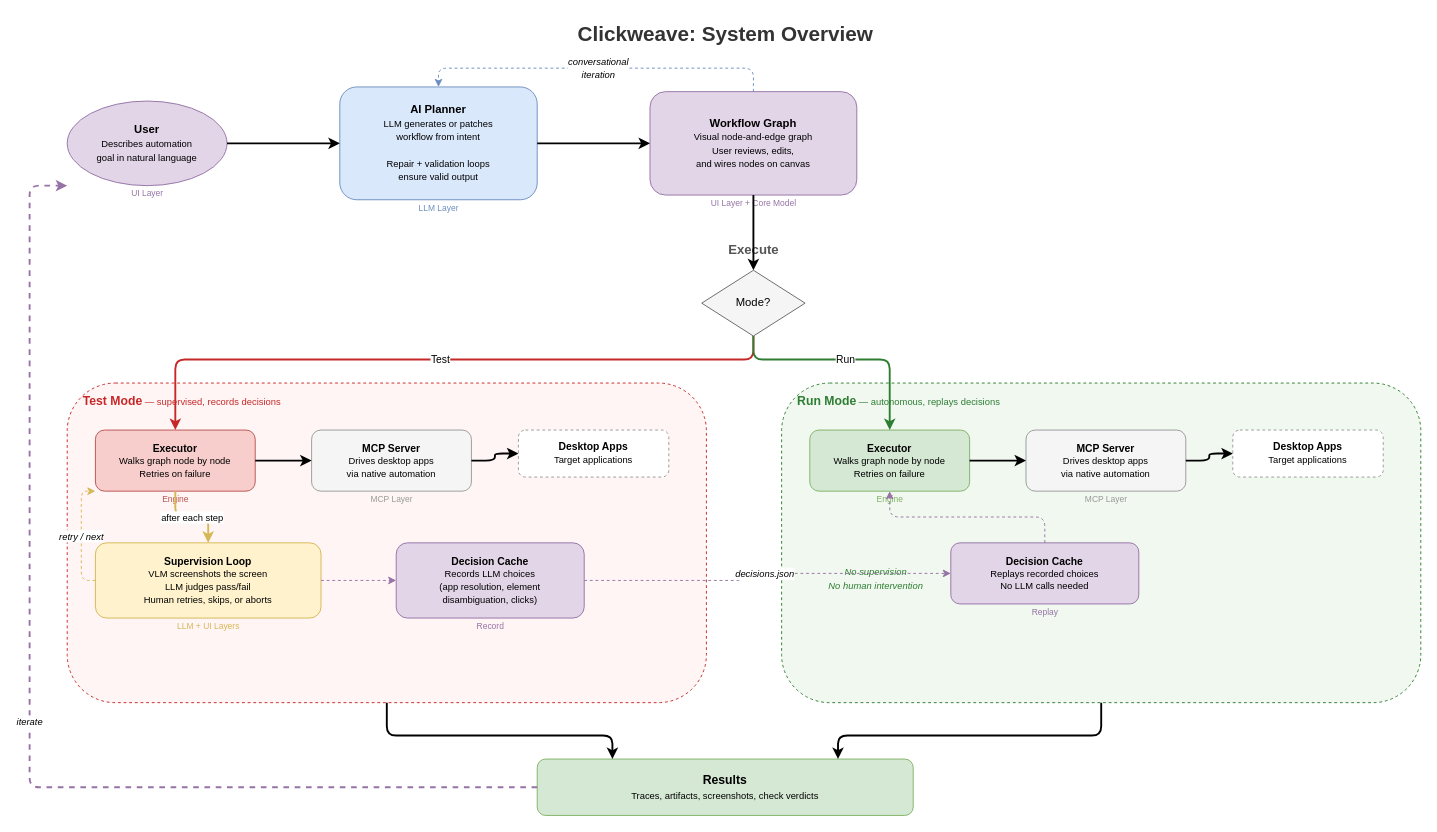
Earlier version of the draw.io diagram docs/concepts/architecture/system-overview.drawio (sh3ll3x3c/clickweave). Source tidied: cells renumbered, new cells numbered last; positions are measured from the earlier drawing's top-left corner, leaving out a move shared by most shapes. Both pictures are drawn from the tidied source at 94%, with x=0, y=0 at pixel (29, 16).
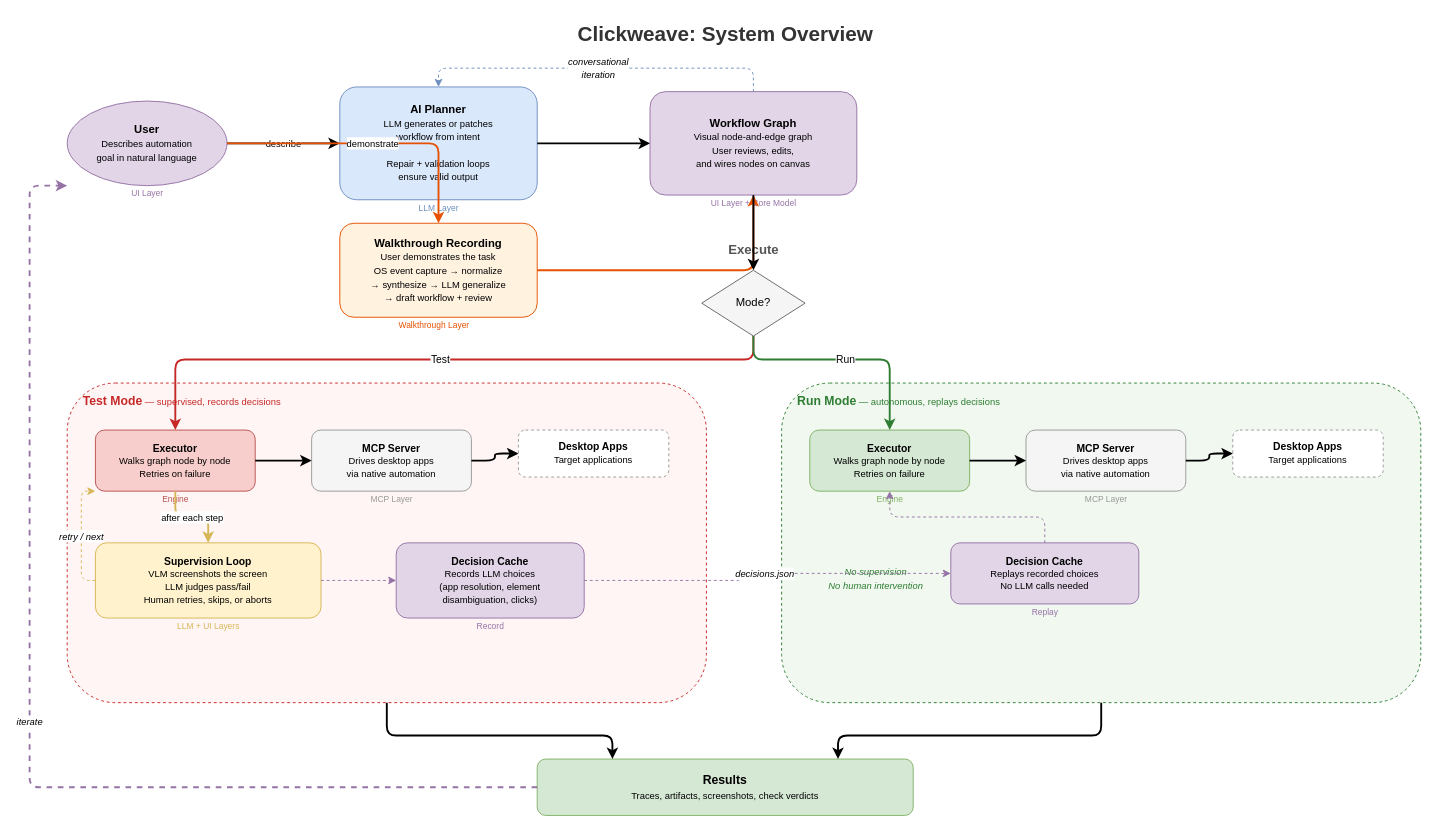
The same diagram, later.

Unchanged cells that the change refers to:
```xml
<mxCell id="3" value="&lt;b&gt;User&lt;/b&gt;&lt;br&gt;&lt;font style=&quot;font-size:10px&quot;&gt;Describes automation&lt;br&gt;goal in natural language&lt;/font&gt;" style="shape=ellipse;html=1;whiteSpace=wrap;fillColor=#e1d5e7;strokeColor=#9673a6;fontSize=12;" parent="1" vertex="1">
  <mxGeometry x="40" y="90" width="170" height="90" as="geometry" />
</mxCell>
<mxCell id="5" value="&lt;b&gt;AI Planner&lt;/b&gt;&lt;br&gt;&lt;font style=&quot;font-size:10px&quot;&gt;LLM generates or patches&lt;br&gt;workflow from intent&lt;br&gt;&lt;br&gt;Repair + validation loops&lt;br&gt;ensure valid output&lt;/font&gt;" style="html=1;rounded=1;whiteSpace=wrap;fillColor=#dae8fc;strokeColor=#6c8ebf;fontSize=12;" parent="1" vertex="1">
  <mxGeometry x="330" y="75" width="210" height="120" as="geometry" />
</mxCell>
<mxCell id="7" value="&lt;b&gt;Workflow Graph&lt;/b&gt;&lt;br&gt;&lt;font style=&quot;font-size:10px&quot;&gt;Visual node-and-edge graph&lt;br&gt;User reviews, edits,&lt;br&gt;and wires nodes on canvas&lt;/font&gt;" style="html=1;rounded=1;whiteSpace=wrap;fillColor=#e1d5e7;strokeColor=#9673a6;fontSize=12;" parent="1" vertex="1">
  <mxGeometry x="660" y="80" width="220" height="110" as="geometry" />
</mxCell>
```

Change to the diagram source:
```diff
@@
+    <mxCell id="51" value="&lt;b&gt;Walkthrough Recording&lt;/b&gt;&lt;br&gt;&lt;font style=&quot;font-size:10px&quot;&gt;User demonstrates the task&lt;br&gt;OS event capture &amp;rarr; normalize&lt;br&gt;&amp;rarr; synthesize &amp;rarr; LLM generalize&lt;br&gt;&amp;rarr; draft workflow + review&lt;/font&gt;" style="html=1;rounded=1;whiteSpace=wrap;fillColor=#fff3e0;strokeColor=#e65100;fontSize=12;" parent="1" vertex="1">
+      <mxGeometry x="330" y="220" width="210" height="100" as="geometry" />
+    </mxCell>
+    <mxCell id="52" value="&lt;font style=&quot;font-size:9px;color:#e65100&quot;&gt;Walkthrough Layer&lt;/font&gt;" style="text;html=1;align=center;verticalAlign=middle;strokeColor=none;fillColor=none;" parent="1" vertex="1">
+      <mxGeometry x="370" y="320" width="120" height="15" as="geometry" />
+    </mxCell>
-    <mxCell id="10" style="html=1;edgeStyle=orthogonalEdgeStyle;strokeWidth=2;" parent="1" edge="1" source="3" target="5">
+    <mxCell id="10" value="&lt;font style=&quot;font-size:10px&quot;&gt;describe&lt;/font&gt;" style="html=1;edgeStyle=orthogonalEdgeStyle;strokeWidth=2;" parent="1" edge="1" source="3" target="5">
       <mxGeometry relative="1" as="geometry" />
     </mxCell>
+    <mxCell id="53" value="&lt;font style=&quot;font-size:10px&quot;&gt;demonstrate&lt;/font&gt;" style="html=1;edgeStyle=orthogonalEdgeStyle;strokeWidth=2;strokeColor=#e65100;" parent="1" edge="1" source="3" target="51">
+      <mxGeometry relative="1" as="geometry" />
+    </mxCell>
@@
+    <mxCell id="54" style="html=1;edgeStyle=orthogonalEdgeStyle;strokeWidth=2;strokeColor=#e65100;" parent="1" edge="1" source="51" target="7">
+      <mxGeometry relative="1" as="geometry" />
+    </mxCell>
```
